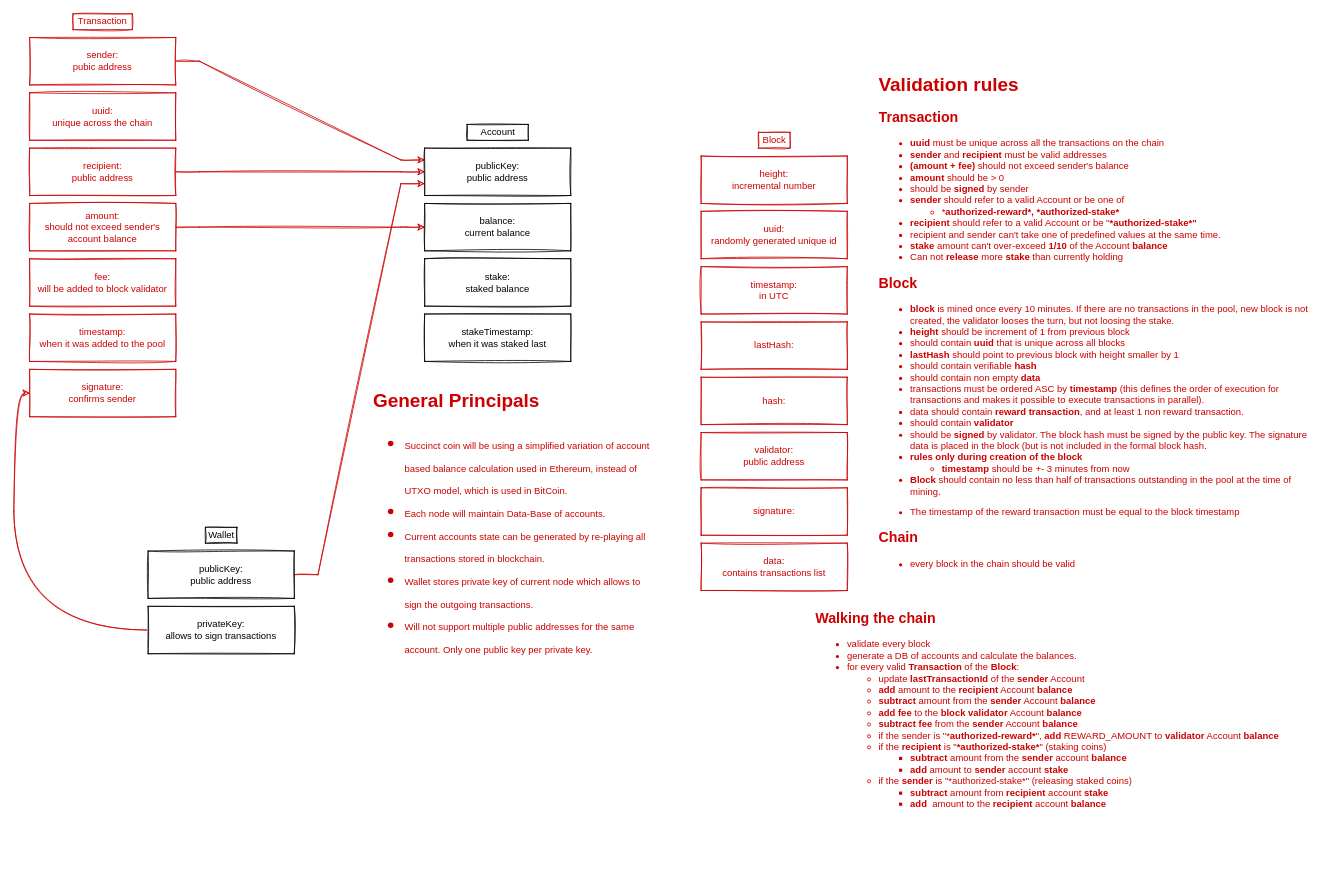
Above: docs/Transaction Structure Diagram.drawio in echowaves/succinctcoin (draw.io), before the change. Source tidied: cells renumbered, new cells numbered last; positions are measured from the earlier drawing's top-left corner, leaving out a move shared by most shapes. Both pictures are drawn from the tidied source at 79%, with x=0, y=0 at pixel (29, 13).
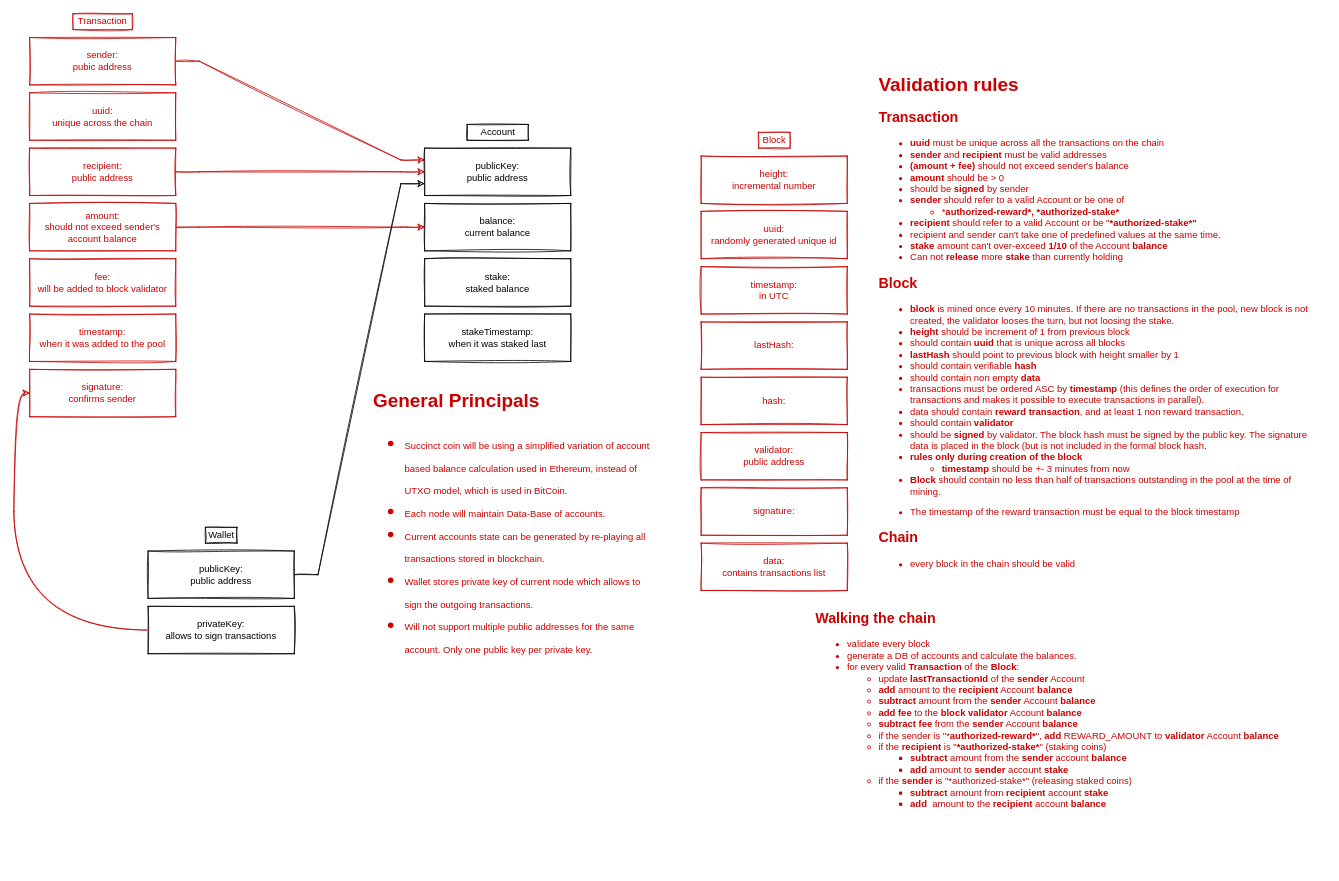
The same diagram, later.

Unchanged cells that the change refers to:
```xml
<mxCell id="11" value="publicKey:&lt;br&gt;public address" style="rounded=0;whiteSpace=wrap;html=1;sketch=1;" parent="1" vertex="1">
  <mxGeometry x="500" y="170" width="185" height="60" as="geometry" />
</mxCell>
<mxCell id="15" value="publicKey:&lt;br&gt;public address" style="rounded=0;whiteSpace=wrap;html=1;sketch=1;" parent="1" vertex="1">
  <mxGeometry x="150" y="680" width="185" height="60" as="geometry" />
</mxCell>
```

The edit, as a diff of the source:
```diff
@@
-    <mxCell id="14" style="edgeStyle=entityRelationEdgeStyle;rounded=0;jettySize=auto;html=1;exitX=1;exitY=0.5;exitDx=0;exitDy=0;entryX=0;entryY=0.75;entryDx=0;entryDy=0;sketch=1;strokeColor=#CC0000;fontColor=#CC0000;" parent="1" edge="1" source="15" target="11">
+    <mxCell id="14" style="edgeStyle=entityRelationEdgeStyle;rounded=0;jettySize=auto;html=1;exitX=1;exitY=0.5;exitDx=0;exitDy=0;entryX=0;entryY=0.75;entryDx=0;entryDy=0;sketch=1;fontColor=#CC0000;" parent="1" edge="1" source="15" target="11">
       <mxGeometry relative="1" as="geometry" />
     </mxCell>
```
